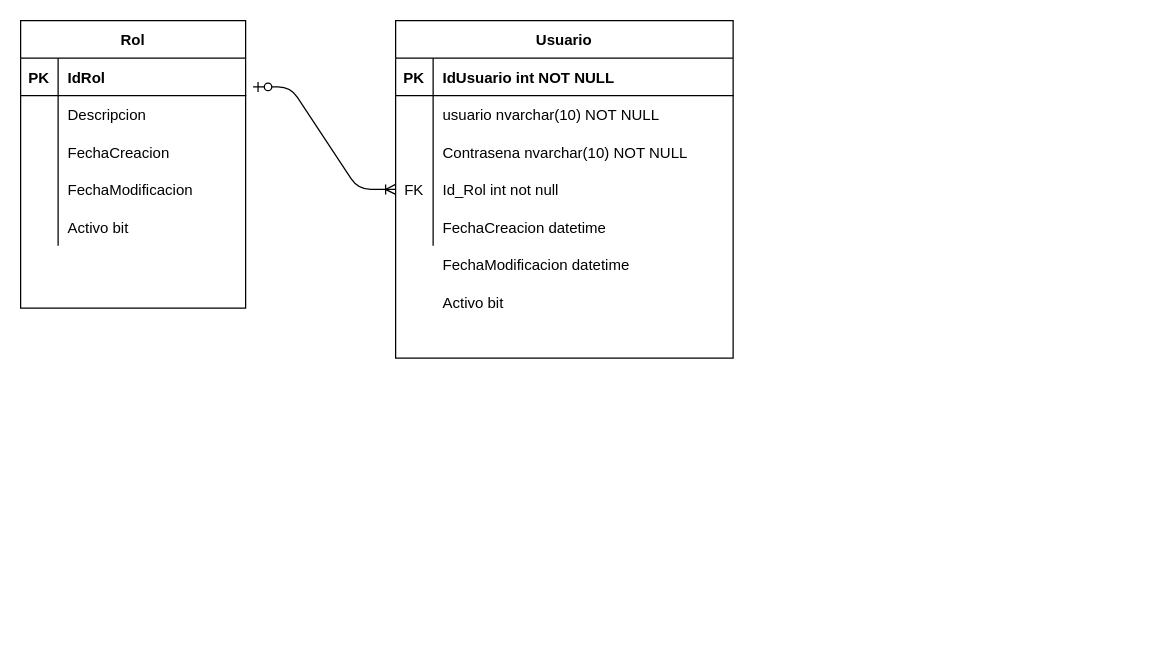
Before: Diagramas/EntidadRelacion.drawio in Cicery/ProyectoTallerMecanico, a draw.io diagram. Source tidied: cells renumbered, new cells numbered last; positions are measured from the earlier drawing's top-left corner, leaving out a move shared by most shapes. Both pictures are drawn from the tidied source at 125%, with x=0, y=0 at pixel (20, 20).
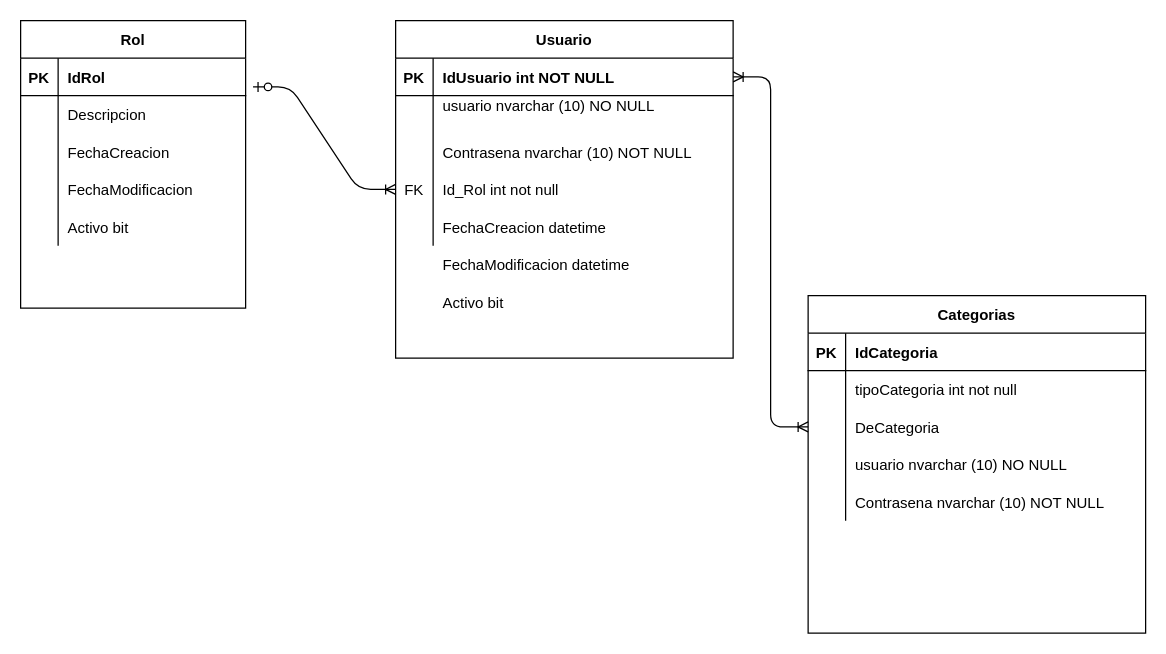
The same diagram, later.

The change refers to these unchanged cells:
```xml
<mxCell id="3" style="shape=partialRectangle;fillColor=none;points=[[0,0.5],[1,0.5]];portConstraint=eastwest;top=0;left=0;right=0;bottom=1;" parent="2" vertex="1">
  <mxGeometry y="30" width="270" height="30" as="geometry" />
</mxCell>
<mxCell id="6" style="shape=partialRectangle;fillColor=none;top=0;left=0;right=0;bottom=0;" parent="2" vertex="1">
  <mxGeometry y="60" width="270" height="30" as="geometry" />
</mxCell>
<mxCell id="9" style="shape=partialRectangle;fillColor=none;top=0;left=0;right=0;bottom=0;" parent="2" vertex="1">
  <mxGeometry y="90" width="270" height="30" as="geometry" />
</mxCell>
```

What changed in the source:
```diff
@@
-    <mxCell id="8" value="usuario nvarchar(10) NOT NULL" style="shape=partialRectangle;overflow=hidden;fillColor=none;top=0;left=0;bottom=0;right=0;align=left;spacingLeft=6;" parent="6" vertex="1">
+    <mxCell id="8" value="usuario nvarchar (10) NO NULL&#10;" style="shape=partialRectangle;overflow=hidden;fillColor=none;top=0;left=0;bottom=0;right=0;align=left;spacingLeft=6;" parent="6" vertex="1">
       <mxGeometry x="30" width="240" height="30" as="geometry" />
     </mxCell>
@@
-    <mxCell id="11" value="Contrasena nvarchar(10) NOT NULL" style="shape=partialRectangle;overflow=hidden;fillColor=none;top=0;left=0;bottom=0;right=0;align=left;spacingLeft=6;" parent="9" vertex="1">
+    <mxCell id="11" value="Contrasena nvarchar (10) NOT NULL" style="shape=partialRectangle;overflow=hidden;fillColor=none;top=0;left=0;bottom=0;right=0;align=left;spacingLeft=6;" parent="9" vertex="1">
       <mxGeometry x="30" width="240" height="30" as="geometry" />
     </mxCell>
@@
+    <mxCell id="44" value="Categorias" style="shape=table;startSize=30;childLayout=tableLayout;rowLines=0;fontStyle=1;align=center;" parent="1" vertex="1">
+      <mxGeometry x="630" y="220" width="270" height="270" as="geometry" />
+    </mxCell>
+    <mxCell id="45" style="shape=partialRectangle;fillColor=none;top=0;left=0;right=0;bottom=1;" parent="44" vertex="1">
+      <mxGeometry y="30" width="270" height="30" as="geometry" />
+    </mxCell>
+    <mxCell id="46" value="PK" style="shape=partialRectangle;overflow=hidden;fillColor=none;top=0;left=0;bottom=0;right=0;fontStyle=1;" parent="45" vertex="1">
+      <mxGeometry width="30" height="30" as="geometry" />
+    </mxCell>
+    <mxCell id="47" value="IdCategoria" style="shape=partialRectangle;overflow=hidden;fillColor=none;top=0;left=0;bottom=0;right=0;align=left;spacingLeft=6;fontStyle=1;" parent="45" vertex="1">
+      <mxGeometry x="30" width="240" height="30" as="geometry" />
+    </mxCell>
+    <mxCell id="48" style="shape=partialRectangle;fillColor=none;top=0;left=0;right=0;bottom=0;" parent="44" vertex="1">
+      <mxGeometry y="60" width="270" height="30" as="geometry" />
+    </mxCell>
+    <mxCell id="49" style="shape=partialRectangle;overflow=hidden;fillColor=none;top=0;left=0;bottom=0;right=0;" parent="48" vertex="1">
+      <mxGeometry width="30" height="30" as="geometry" />
+    </mxCell>
+    <mxCell id="50" value="tipoCategoria int not null" style="shape=partialRectangle;overflow=hidden;fillColor=none;top=0;left=0;bottom=0;right=0;align=left;spacingLeft=6;" parent="48" vertex="1">
+      <mxGeometry x="30" width="240" height="30" as="geometry" />
+    </mxCell>
+    <mxCell id="51" style="shape=partialRectangle;fillColor=none;points=[[0,0.5],[1,0.5]];portConstraint=eastwest;top=0;left=0;right=0;bottom=0;" parent="44" vertex="1">
+      <mxGeometry y="90" width="270" height="30" as="geometry" />
+    </mxCell>
+    <mxCell id="52" style="shape=partialRectangle;overflow=hidden;fillColor=none;top=0;left=0;bottom=0;right=0;" parent="51" vertex="1">
+      <mxGeometry width="30" height="30" as="geometry" />
+    </mxCell>
+    <mxCell id="53" value="DeCategoria" style="shape=partialRectangle;overflow=hidden;fillColor=none;top=0;left=0;bottom=0;right=0;align=left;spacingLeft=6;" parent="51" vertex="1">
+      <mxGeometry x="30" width="240" height="30" as="geometry" />
+    </mxCell>
+    <mxCell id="54" style="shape=partialRectangle;fillColor=none;top=0;left=0;right=0;bottom=0;" parent="44" vertex="1">
+      <mxGeometry y="120" width="270" height="30" as="geometry" />
+    </mxCell>
+    <mxCell id="55" style="shape=partialRectangle;overflow=hidden;fillColor=none;top=0;left=0;bottom=0;right=0;" parent="54" vertex="1">
+      <mxGeometry width="30" height="30" as="geometry" />
+    </mxCell>
+    <mxCell id="56" value="usuario nvarchar (10) NO NULL" style="shape=partialRectangle;overflow=hidden;fillColor=none;top=0;left=0;bottom=0;right=0;align=left;spacingLeft=6;" parent="54" vertex="1">
+      <mxGeometry x="30" width="240" height="30" as="geometry" />
+    </mxCell>
+    <mxCell id="57" style="shape=partialRectangle;fillColor=none;top=0;left=0;right=0;bottom=0;" parent="44" vertex="1">
+      <mxGeometry y="150" width="270" height="30" as="geometry" />
+    </mxCell>
+    <mxCell id="58" style="shape=partialRectangle;overflow=hidden;fillColor=none;top=0;left=0;bottom=0;right=0;" parent="57" vertex="1">
+      <mxGeometry width="30" height="30" as="geometry" />
+    </mxCell>
+    <mxCell id="59" value="Contrasena nvarchar (10) NOT NULL" style="shape=partialRectangle;overflow=hidden;fillColor=none;top=0;left=0;bottom=0;right=0;align=left;spacingLeft=6;" parent="57" vertex="1">
+      <mxGeometry x="30" width="240" height="30" as="geometry" />
+    </mxCell>
+    <mxCell id="60" style="edgeStyle=entityRelationEdgeStyle;fontSize=12;html=1;endArrow=ERoneToMany;startArrow=ERoneToMany;exitX=1;exitY=0.5;exitDx=0;exitDy=0;entryX=0;entryY=0.5;entryDx=0;entryDy=0;startFill=0;" parent="1" edge="1" source="3" target="51">
+      <mxGeometry relative="1" as="geometry" />
+    </mxCell>
```
